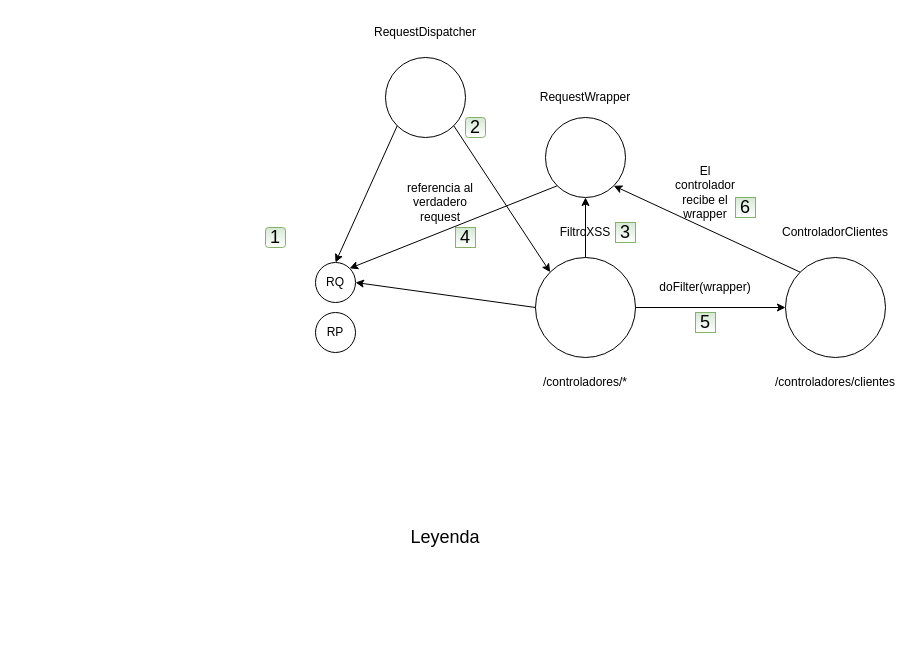
This is page "Página-21" (3 of 24) of seguridad.drawio from lrag/seguridad_java, a draw.io file, before an edit. Source tidied: cells renumbered, new cells numbered last; positions are measured from the earlier drawing's top-left corner, leaving out a move shared by most shapes. Both pictures are drawn from the tidied source at 100%, with x=0, y=0 at pixel (265, 17).
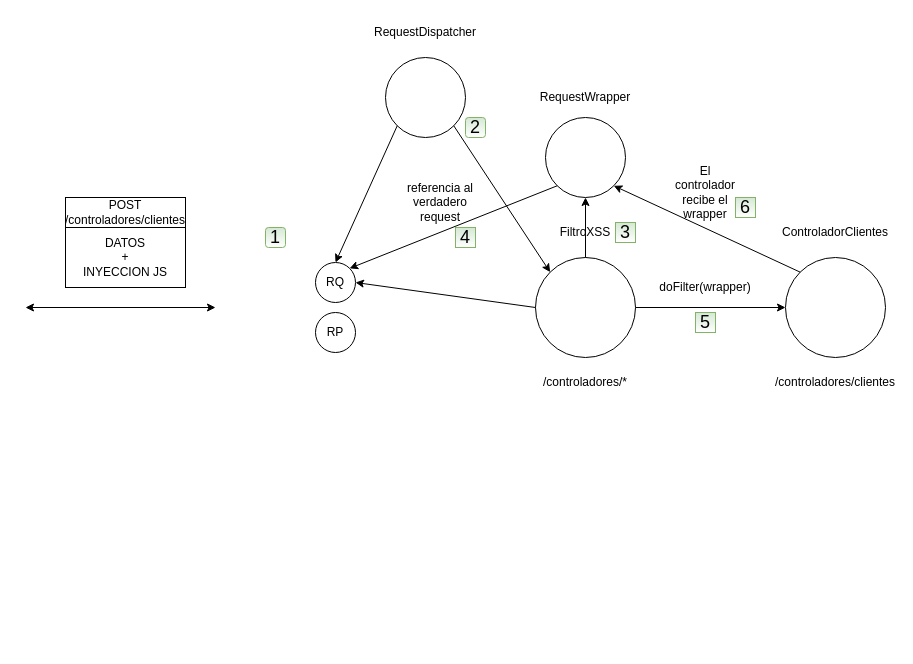
The same diagram, later.

Diff of the diagram source:
```diff
@@
-    <mxCell id="30" value="Leyenda" style="text;html=1;strokeColor=none;fillColor=none;align=center;verticalAlign=middle;whiteSpace=wrap;rounded=0;fontSize=18;" parent="1" vertex="1">
-      <mxGeometry x="60" y="410" width="240" height="220" as="geometry" />
-    </mxCell>
+    <mxCell id="31" style="endArrow=classic;startArrow=classic;html=1;rounded=0;fontSize=12;" parent="1" edge="1">
+      <mxGeometry relative="1" as="geometry">
+        <mxPoint x="-240" y="290" as="sourcePoint" />
+        <mxPoint x="-50" y="290" as="targetPoint" />
+      </mxGeometry>
+    </mxCell>
+    <mxCell id="32" value="DATOS&lt;br&gt;+&lt;br&gt;INYECCION JS" style="rounded=0;whiteSpace=wrap;html=1;fontSize=12;" parent="1" vertex="1">
+      <mxGeometry x="-200" y="210" width="120" height="60" as="geometry" />
+    </mxCell>
+    <mxCell id="33" value="POST /controladores/clientes" style="rounded=0;whiteSpace=wrap;html=1;fontSize=12;" parent="1" vertex="1">
+      <mxGeometry x="-200" y="180" width="120" height="30" as="geometry" />
+    </mxCell>
```
